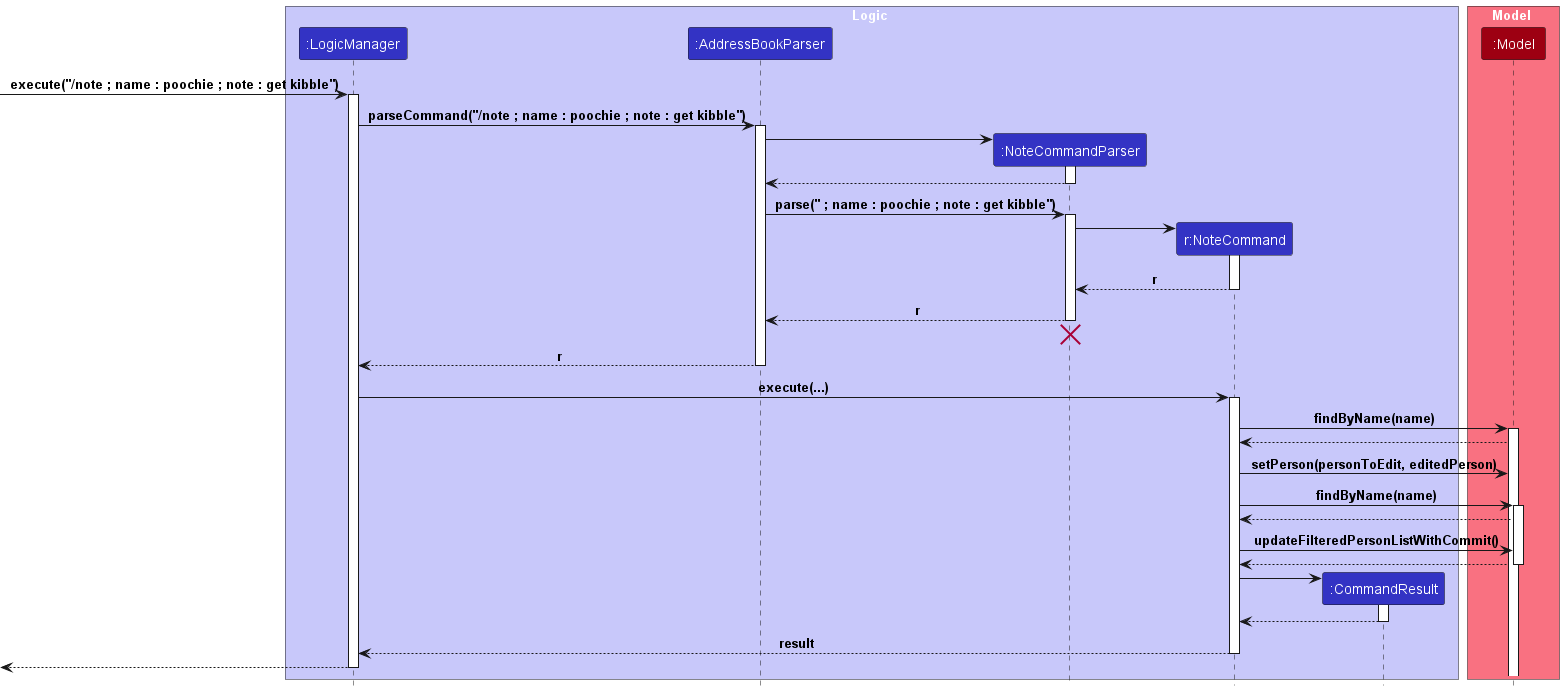
Above: docs/images/NoteCommandSequenceDiagram.png in yleeyilin/tp (PlantUML), before the change.
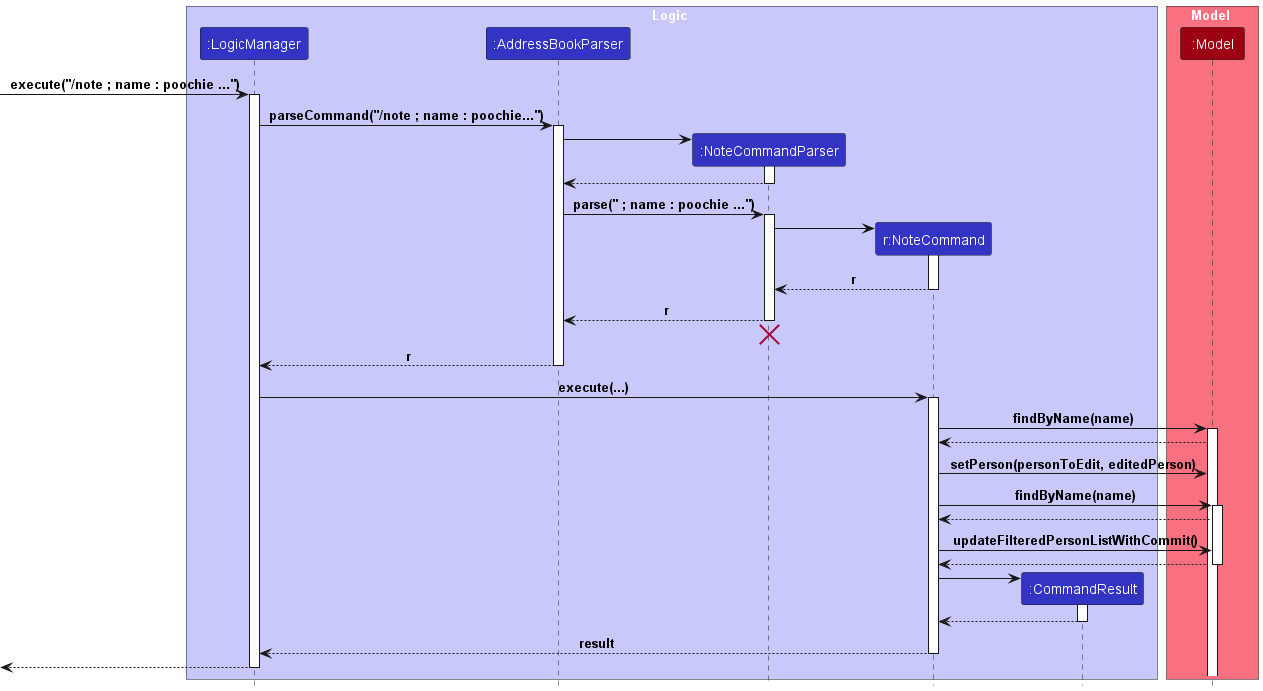
After the commit.

The edit, as a diff of the source:
```diff
@@ -12,10 +12,10 @@
 box Model MODEL_COLOR_T1
 participant ":Model" as Model MODEL_COLOR
 end box
-[-> LogicManager : execute("/note ; name : poochie ; note : get kibble")
+[-> LogicManager : execute("/note ; name : poochie ...")
 activate LogicManager
 
-LogicManager -> AddressBookParser : parseCommand("/note ; name : poochie ; note : get kibble")
+LogicManager -> AddressBookParser : parseCommand("/note ; name : poochie...")
 activate AddressBookParser
 
 create NoteCommandParser
@@ -25,7 +25,7 @@
 NoteCommandParser --> AddressBookParser
 deactivate NoteCommandParser
 
-AddressBookParser -> NoteCommandParser : parse(" ; name : poochie ; note : get kibble")
+AddressBookParser -> NoteCommandParser : parse(" ; name : poochie ...")
 activate NoteCommandParser
 
 create NoteCommand
```
